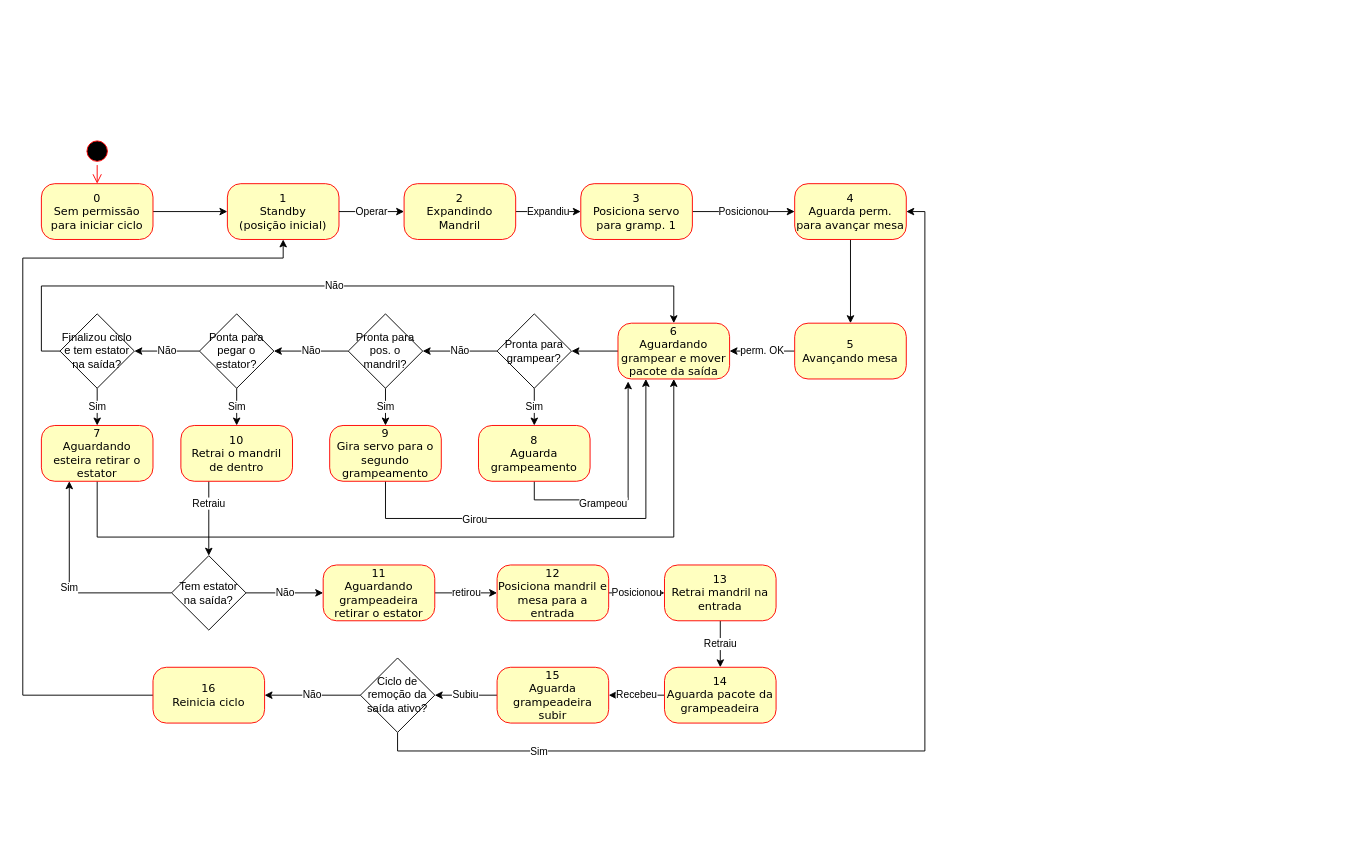
Earlier version of the draw.io diagram page "Mesa" (3 of 4) of M05765N01_GrampeadeiraG33.drawio (JonanMuller/WEGDiagrams). Source tidied: cells renumbered, new cells numbered last; positions are measured from the earlier drawing's top-left corner, leaving out a move shared by most shapes. Both pictures are drawn from the tidied source at 93%, with x=0, y=0 at pixel (22, 137).
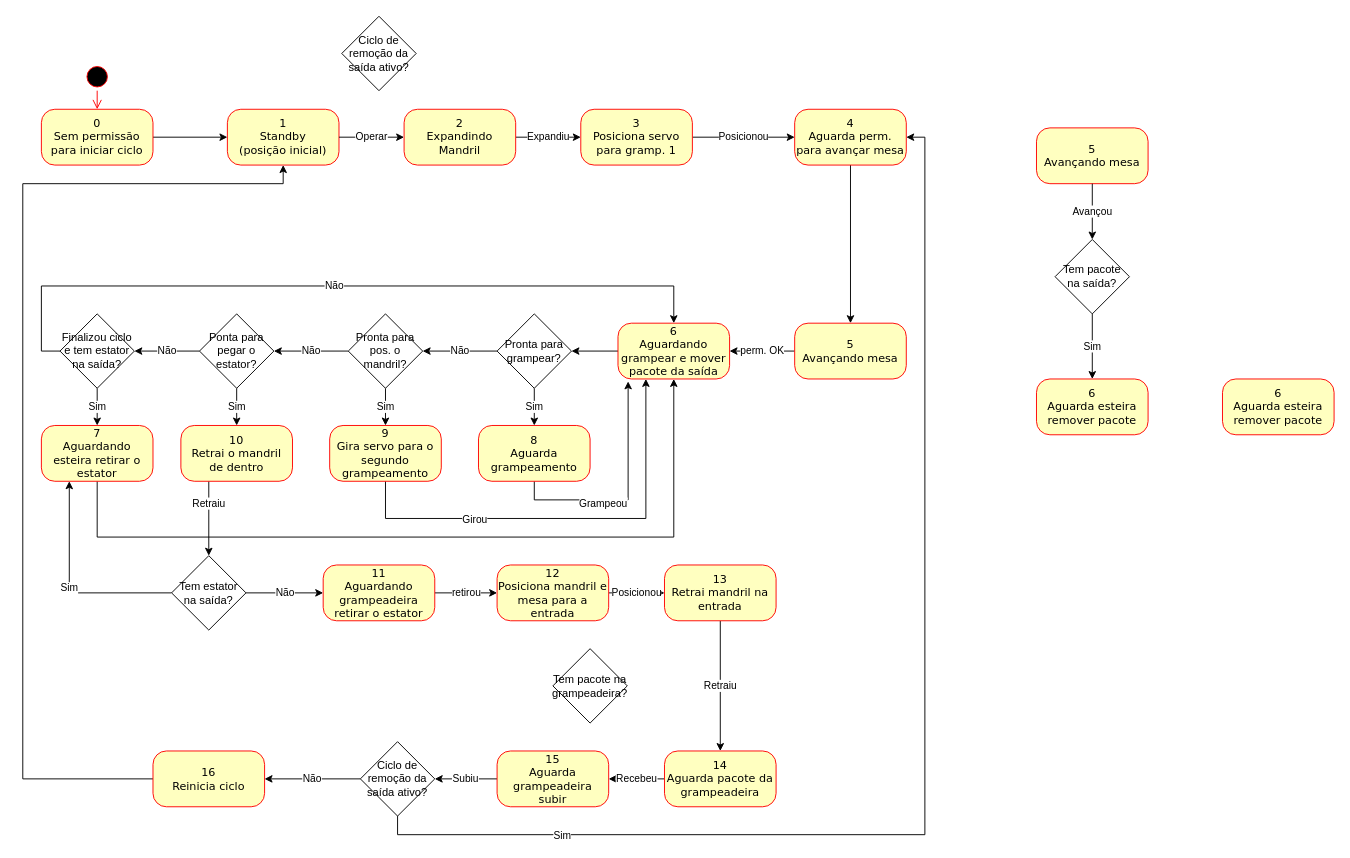
Above is the later version.

Change to the diagram source:
```diff
@@
     <mxCell id="2" style="ellipse;html=1;shape=startState;fillColor=#000000;strokeColor=#ff0000;rounded=1;shadow=0;comic=0;labelBackgroundColor=none;fontFamily=Verdana;fontSize=12;fontColor=#000000;align=center;direction=south;" parent="1" vertex="1">
-      <mxGeometry x="65" width="30" height="30" as="geometry" />
+      <mxGeometry x="65" y="-80" width="30" height="30" as="geometry" />
     </mxCell>
@@
     <mxCell id="4" value="1&lt;br&gt;Standby&lt;br&gt;(posição inicial)" style="rounded=1;whiteSpace=wrap;html=1;arcSize=24;fillColor=#ffffc0;strokeColor=#ff0000;shadow=0;comic=0;labelBackgroundColor=none;fontFamily=Verdana;fontSize=12;fontColor=#000000;align=center;" parent="1" vertex="1">
-      <mxGeometry x="220" y="50" width="120" height="60" as="geometry" />
+      <mxGeometry x="220" y="-30" width="120" height="60" as="geometry" />
     </mxCell>
@@
     <mxCell id="6" value="0&lt;br&gt;Sem permissão&lt;br&gt;para iniciar ciclo" style="rounded=1;whiteSpace=wrap;html=1;arcSize=24;fillColor=#ffffc0;strokeColor=#ff0000;shadow=0;comic=0;labelBackgroundColor=none;fontFamily=Verdana;fontSize=12;fontColor=#000000;align=center;" parent="1" vertex="1">
-      <mxGeometry x="20" y="50" width="120" height="60" as="geometry" />
+      <mxGeometry x="20" y="-30" width="120" height="60" as="geometry" />
     </mxCell>
@@
     <mxCell id="9" value="2&lt;br&gt;Expandindo&lt;br&gt;Mandril" style="rounded=1;whiteSpace=wrap;html=1;arcSize=24;fillColor=#ffffc0;strokeColor=#ff0000;shadow=0;comic=0;labelBackgroundColor=none;fontFamily=Verdana;fontSize=12;fontColor=#000000;align=center;" parent="1" vertex="1">
-      <mxGeometry x="410" y="50" width="120" height="60" as="geometry" />
+      <mxGeometry x="410" y="-30" width="120" height="60" as="geometry" />
     </mxCell>
@@
     <mxCell id="11" value="3&lt;br&gt;Posiciona servo para gramp. 1" style="rounded=1;whiteSpace=wrap;html=1;arcSize=24;fillColor=#ffffc0;strokeColor=#ff0000;shadow=0;comic=0;labelBackgroundColor=none;fontFamily=Verdana;fontSize=12;fontColor=#000000;align=center;" parent="1" vertex="1">
-      <mxGeometry x="600" y="50" width="120" height="60" as="geometry" />
+      <mxGeometry x="600" y="-30" width="120" height="60" as="geometry" />
     </mxCell>
@@
     <mxCell id="13" value="4&lt;br style=&quot;border-color: var(--border-color);&quot;&gt;Aguarda perm.&lt;br style=&quot;border-color: var(--border-color);&quot;&gt;para avançar mesa" style="rounded=1;whiteSpace=wrap;html=1;arcSize=24;fillColor=#ffffc0;strokeColor=#ff0000;shadow=0;comic=0;labelBackgroundColor=none;fontFamily=Verdana;fontSize=12;fontColor=#000000;align=center;" parent="1" vertex="1">
-      <mxGeometry x="830" y="50" width="120" height="60" as="geometry" />
+      <mxGeometry x="830" y="-30" width="120" height="60" as="geometry" />
     </mxCell>
@@
     <mxCell id="50" value="14&lt;br&gt;Aguarda pacote da grampeadeira" style="rounded=1;whiteSpace=wrap;html=1;arcSize=24;fillColor=#ffffc0;strokeColor=#ff0000;shadow=0;comic=0;labelBackgroundColor=none;fontFamily=Verdana;fontSize=12;fontColor=#000000;align=center;" parent="1" vertex="1">
-      <mxGeometry x="690" y="570" width="120" height="60" as="geometry" />
+      <mxGeometry x="690" y="660" width="120" height="60" as="geometry" />
     </mxCell>
@@
     <mxCell id="52" value="15&lt;br&gt;Aguarda grampeadeira subir" style="rounded=1;whiteSpace=wrap;html=1;arcSize=24;fillColor=#ffffc0;strokeColor=#ff0000;shadow=0;comic=0;labelBackgroundColor=none;fontFamily=Verdana;fontSize=12;fontColor=#000000;align=center;" parent="1" vertex="1">
-      <mxGeometry x="510" y="570" width="120" height="60" as="geometry" />
+      <mxGeometry x="510" y="660" width="120" height="60" as="geometry" />
     </mxCell>
     <mxCell id="53" style="edgeStyle=orthogonalEdgeStyle;rounded=0;jettySize=auto;html=1;exitX=0;exitY=0.5;exitDx=0;exitDy=0;entryX=0.5;entryY=1;entryDx=0;entryDy=0;" parent="1" edge="1" source="54" target="4">
       <mxGeometry relative="1" as="geometry">
         <Array as="points">
-          <mxPoint y="600" />
-          <mxPoint y="130" />
-          <mxPoint x="280" y="130" />
+          <mxPoint y="690" />
+          <mxPoint y="50" />
+          <mxPoint x="280" y="50" />
         </Array>
       </mxGeometry>
     </mxCell>
     <mxCell id="54" value="16&lt;br&gt;Reinicia ciclo" style="rounded=1;whiteSpace=wrap;html=1;arcSize=24;fillColor=#ffffc0;strokeColor=#ff0000;shadow=0;comic=0;labelBackgroundColor=none;fontFamily=Verdana;fontSize=12;fontColor=#000000;align=center;" parent="1" vertex="1">
-      <mxGeometry x="140" y="570" width="120" height="60" as="geometry" />
+      <mxGeometry x="140" y="660" width="120" height="60" as="geometry" />
     </mxCell>
@@
     <mxCell id="58" value="Ciclo de remoção da saída ativo?" style="rhombus;whiteSpace=wrap;html=1;" parent="1" vertex="1">
-      <mxGeometry x="363" y="560" width="80" height="80" as="geometry" />
+      <mxGeometry x="363" y="650" width="80" height="80" as="geometry" />
     </mxCell>
+    <mxCell id="59" value="Ciclo de remoção da saída ativo?" style="rhombus;whiteSpace=wrap;html=1;" parent="1" vertex="1">
+      <mxGeometry x="343" y="-130" width="80" height="80" as="geometry" />
+    </mxCell>
+    <mxCell id="60" value="Tem pacote na grampeadeira?" style="rhombus;whiteSpace=wrap;html=1;" parent="1" vertex="1">
+      <mxGeometry x="570" y="550" width="80" height="80" as="geometry" />
+    </mxCell>
+    <mxCell id="61" value="5&lt;br style=&quot;border-color: var(--border-color);&quot;&gt;Avançando mesa" style="rounded=1;whiteSpace=wrap;html=1;arcSize=24;fillColor=#ffffc0;strokeColor=#ff0000;shadow=0;comic=0;labelBackgroundColor=none;fontFamily=Verdana;fontSize=12;fontColor=#000000;align=center;" parent="1" vertex="1">
+      <mxGeometry x="1090" y="-10" width="120" height="60" as="geometry" />
+    </mxCell>
+    <mxCell id="62" value="6&lt;br style=&quot;border-color: var(--border-color);&quot;&gt;Aguarda esteira remover pacote" style="rounded=1;whiteSpace=wrap;html=1;arcSize=24;fillColor=#ffffc0;strokeColor=#ff0000;shadow=0;comic=0;labelBackgroundColor=none;fontFamily=Verdana;fontSize=12;fontColor=#000000;align=center;" parent="1" vertex="1">
+      <mxGeometry x="1090" y="260" width="120" height="60" as="geometry" />
+    </mxCell>
+    <mxCell id="63" value="Avançou" style="edgeStyle=orthogonalEdgeStyle;rounded=0;jettySize=auto;html=1;" parent="1" edge="1" source="61" target="65">
+      <mxGeometry relative="1" as="geometry" />
+    </mxCell>
+    <mxCell id="64" value="Sim" style="edgeStyle=orthogonalEdgeStyle;rounded=0;jettySize=auto;html=1;" parent="1" edge="1" source="65" target="62">
+      <mxGeometry relative="1" as="geometry" />
+    </mxCell>
+    <mxCell id="65" value="Tem pacote na saída?" style="rhombus;whiteSpace=wrap;html=1;" parent="1" vertex="1">
+      <mxGeometry x="1110" y="110" width="80" height="80" as="geometry" />
+    </mxCell>
+    <mxCell id="66" value="6&lt;br style=&quot;border-color: var(--border-color);&quot;&gt;Aguarda esteira remover pacote" style="rounded=1;whiteSpace=wrap;html=1;arcSize=24;fillColor=#ffffc0;strokeColor=#ff0000;shadow=0;comic=0;labelBackgroundColor=none;fontFamily=Verdana;fontSize=12;fontColor=#000000;align=center;" parent="1" vertex="1">
+      <mxGeometry x="1290" y="260" width="120" height="60" as="geometry" />
+    </mxCell>
```
